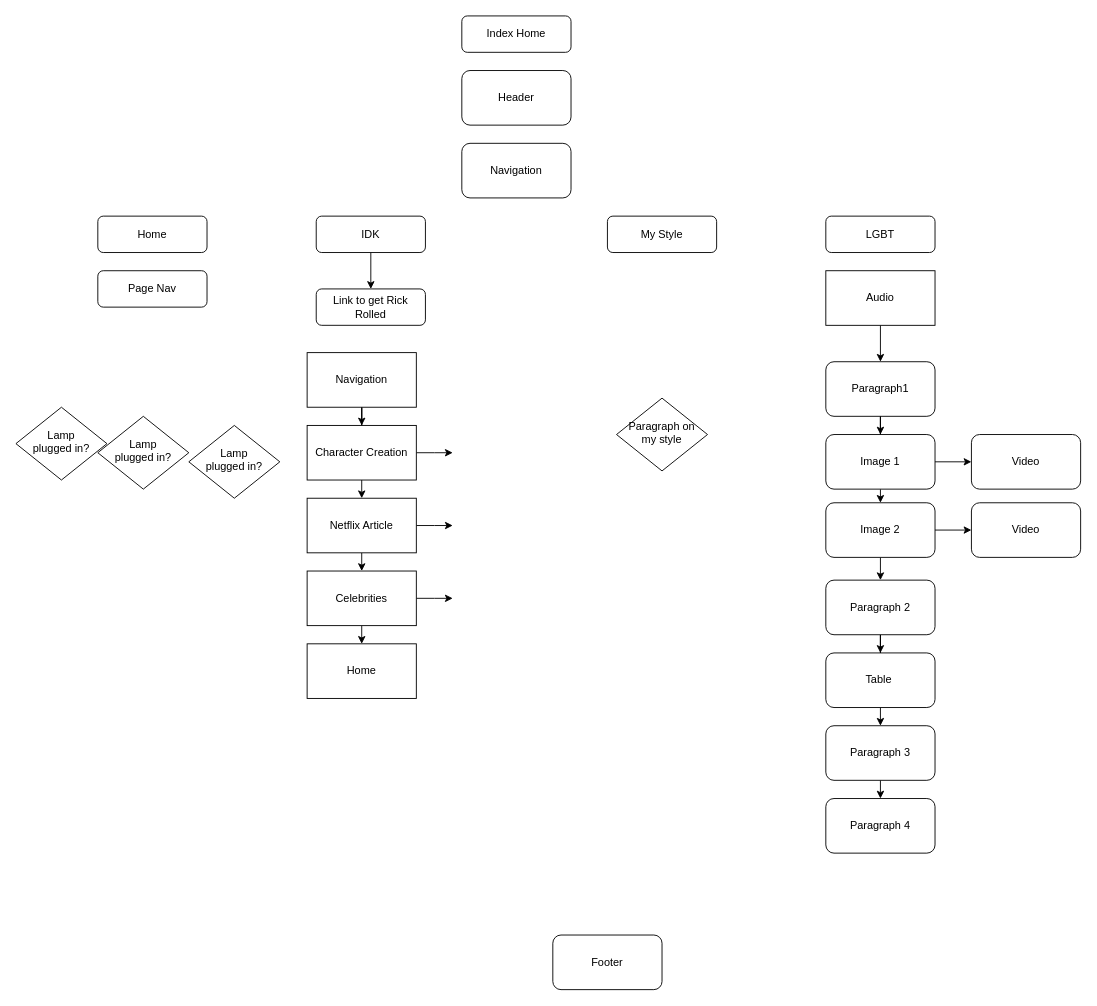
Earlier version of the draw.io diagram FinalDiagram.drawio (pilsburryDoughBoi/kobecattyty). Source tidied: cells renumbered, new cells numbered last; positions are measured from the earlier drawing's top-left corner, leaving out a move shared by most shapes. Both pictures are drawn from the tidied source at 91%, with x=0, y=0 at pixel (15, 15).
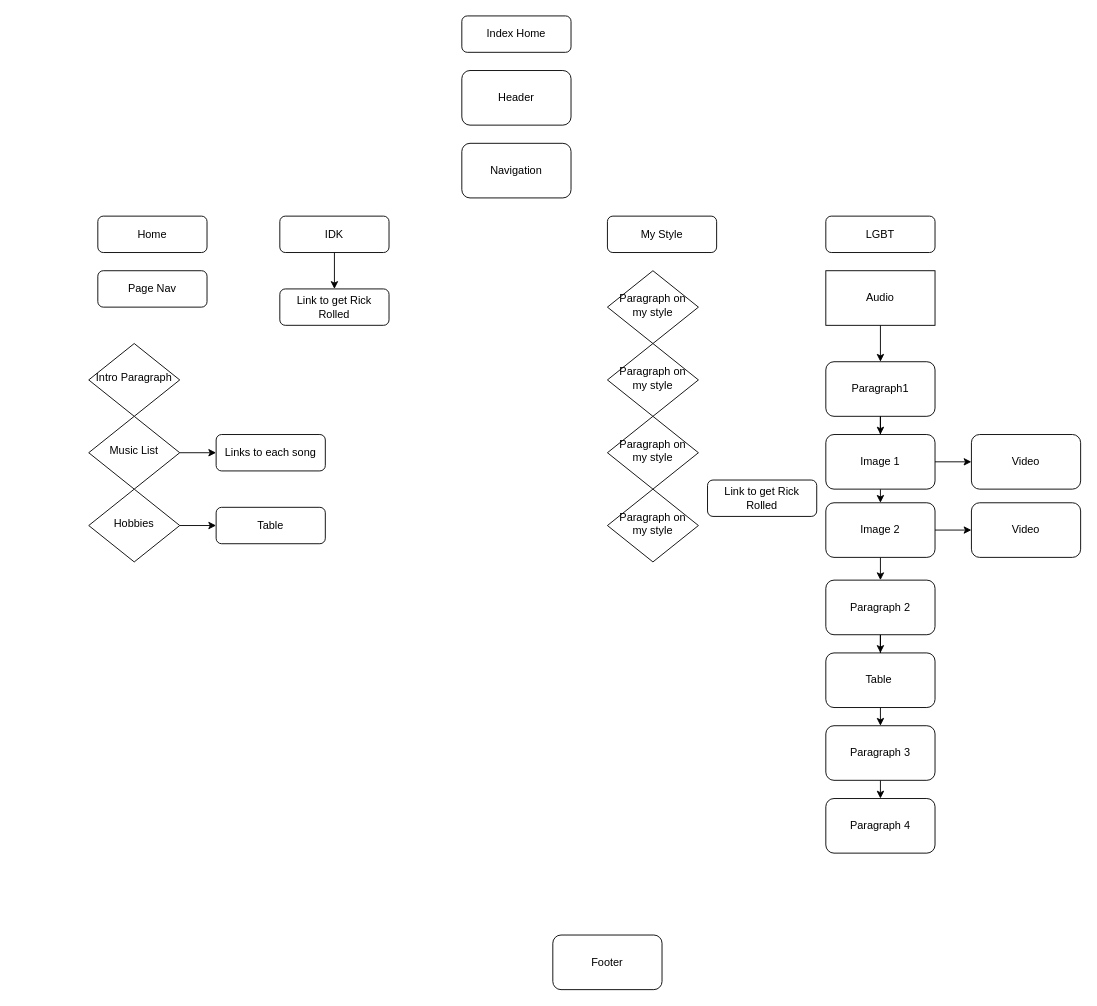
The same diagram, later.

Diff of the diagram source:
```diff
@@
-    <mxCell id="3" value="Lamp&lt;br&gt;plugged in?" style="rhombus;whiteSpace=wrap;html=1;shadow=0;fontFamily=Helvetica;fontSize=12;align=center;strokeWidth=1;spacing=6;spacingTop=-4;" parent="1" vertex="1">
-      <mxGeometry y="430" width="100" height="80" as="geometry" />
+    <mxCell id="3" value="Intro Paragraph" style="rhombus;whiteSpace=wrap;html=1;shadow=0;fontFamily=Helvetica;fontSize=12;align=center;strokeWidth=1;spacing=6;spacingTop=-4;" parent="1" vertex="1">
+      <mxGeometry x="80" y="360" width="100" height="80" as="geometry" />
     </mxCell>
@@
     <mxCell id="5" value="Paragraph on my style" style="rhombus;whiteSpace=wrap;html=1;shadow=0;fontFamily=Helvetica;fontSize=12;align=center;strokeWidth=1;spacing=6;spacingTop=-4;" parent="1" vertex="1">
-      <mxGeometry x="660" y="420" width="100" height="80" as="geometry" />
+      <mxGeometry x="650" y="280" width="100" height="80" as="geometry" />
     </mxCell>
@@
     <mxCell id="7" value="Link to get Rick Rolled" style="rounded=1;whiteSpace=wrap;html=1;fontSize=12;glass=0;strokeWidth=1;shadow=0;" parent="1" vertex="1">
-      <mxGeometry x="330" y="300" width="120" height="40" as="geometry" />
+      <mxGeometry x="290" y="300" width="120" height="40" as="geometry" />
     </mxCell>
@@
     <mxCell id="9" value="IDK" style="rounded=1;whiteSpace=wrap;html=1;fontSize=12;glass=0;strokeWidth=1;shadow=0;" parent="1" vertex="1">
-      <mxGeometry x="330" y="220" width="120" height="40" as="geometry" />
+      <mxGeometry x="290" y="220" width="120" height="40" as="geometry" />
     </mxCell>
@@
+    <mxCell id="48" style="edgeStyle=orthogonalEdgeStyle;rounded=0;jettySize=auto;html=1;" parent="1" edge="1" source="12" target="54">
+      <mxGeometry relative="1" as="geometry" />
+    </mxCell>
-    <mxCell id="12" value="Lamp&lt;br&gt;plugged in?" style="rhombus;whiteSpace=wrap;html=1;shadow=0;fontFamily=Helvetica;fontSize=12;align=center;strokeWidth=1;spacing=6;spacingTop=-4;" parent="1" vertex="1">
-      <mxGeometry x="90" y="440" width="100" height="80" as="geometry" />
+    <mxCell id="12" value="Music List" style="rhombus;whiteSpace=wrap;html=1;shadow=0;fontFamily=Helvetica;fontSize=12;align=center;strokeWidth=1;spacing=6;spacingTop=-4;" parent="1" vertex="1">
+      <mxGeometry x="80" y="440" width="100" height="80" as="geometry" />
     </mxCell>
+    <mxCell id="49" style="edgeStyle=orthogonalEdgeStyle;rounded=0;jettySize=auto;html=1;" parent="1" edge="1" source="13" target="55">
+      <mxGeometry relative="1" as="geometry" />
+    </mxCell>
-    <mxCell id="13" value="Lamp&lt;br&gt;plugged in?" style="rhombus;whiteSpace=wrap;html=1;shadow=0;fontFamily=Helvetica;fontSize=12;align=center;strokeWidth=1;spacing=6;spacingTop=-4;" parent="1" vertex="1">
-      <mxGeometry x="190" y="450" width="100" height="80" as="geometry" />
+    <mxCell id="13" value="Hobbies" style="rhombus;whiteSpace=wrap;html=1;shadow=0;fontFamily=Helvetica;fontSize=12;align=center;strokeWidth=1;spacing=6;spacingTop=-4;" parent="1" vertex="1">
+      <mxGeometry x="80" y="520" width="100" height="80" as="geometry" />
     </mxCell>
@@
-    <mxCell id="17" style="edgeStyle=orthogonalEdgeStyle;rounded=0;jettySize=auto;html=1;" parent="1" edge="1" source="18" target="24">
-      <mxGeometry relative="1" as="geometry" />
-    </mxCell>
-    <mxCell id="18" value="Navigation" style="rounded=0;whiteSpace=wrap;html=1;" parent="1" vertex="1">
-      <mxGeometry x="320" y="370" width="120" height="60" as="geometry" />
-    </mxCell>
@@
-    <mxCell id="22" style="edgeStyle=orthogonalEdgeStyle;rounded=0;jettySize=auto;html=1;exitX=1;exitY=0.5;exitDx=0;exitDy=0;" parent="1" edge="1" source="24">
-      <mxGeometry relative="1" as="geometry">
-        <mxPoint x="480" y="480" as="targetPoint" />
-      </mxGeometry>
-    </mxCell>
-    <mxCell id="23" style="edgeStyle=orthogonalEdgeStyle;rounded=0;jettySize=auto;html=1;exitX=0.5;exitY=1;exitDx=0;exitDy=0;entryX=0.5;entryY=0;entryDx=0;entryDy=0;" parent="1" edge="1" source="24" target="37">
-      <mxGeometry relative="1" as="geometry" />
-    </mxCell>
-    <mxCell id="24" value="Character Creation" style="whiteSpace=wrap;html=1;rounded=0;" parent="1" vertex="1">
-      <mxGeometry x="320" y="450" width="120" height="60" as="geometry" />
-    </mxCell>
@@
-    <mxCell id="35" style="edgeStyle=orthogonalEdgeStyle;rounded=0;jettySize=auto;html=1;exitX=1;exitY=0.5;exitDx=0;exitDy=0;" parent="1" edge="1" source="37">
-      <mxGeometry relative="1" as="geometry">
-        <mxPoint x="480" y="560" as="targetPoint" />
-      </mxGeometry>
-    </mxCell>
-    <mxCell id="36" style="edgeStyle=orthogonalEdgeStyle;rounded=0;jettySize=auto;html=1;exitX=0.5;exitY=1;exitDx=0;exitDy=0;entryX=0.5;entryY=0;entryDx=0;entryDy=0;" parent="1" edge="1" source="37" target="40">
-      <mxGeometry relative="1" as="geometry" />
-    </mxCell>
-    <mxCell id="37" value="Netflix Article" style="whiteSpace=wrap;html=1;rounded=0;" parent="1" vertex="1">
-      <mxGeometry x="320" y="530" width="120" height="60" as="geometry" />
-    </mxCell>
-    <mxCell id="38" style="edgeStyle=orthogonalEdgeStyle;rounded=0;jettySize=auto;html=1;exitX=1;exitY=0.5;exitDx=0;exitDy=0;" parent="1" edge="1" source="40">
-      <mxGeometry relative="1" as="geometry">
-        <mxPoint x="480" y="640" as="targetPoint" />
-      </mxGeometry>
-    </mxCell>
-    <mxCell id="39" style="edgeStyle=orthogonalEdgeStyle;rounded=0;jettySize=auto;html=1;exitX=0.5;exitY=1;exitDx=0;exitDy=0;entryX=0.5;entryY=0;entryDx=0;entryDy=0;" parent="1" edge="1" source="40" target="41">
-      <mxGeometry relative="1" as="geometry" />
-    </mxCell>
-    <mxCell id="40" value="Celebrities" style="whiteSpace=wrap;html=1;rounded=0;" parent="1" vertex="1">
-      <mxGeometry x="320" y="610" width="120" height="60" as="geometry" />
-    </mxCell>
-    <mxCell id="41" value="Home" style="whiteSpace=wrap;html=1;rounded=0;" parent="1" vertex="1">
-      <mxGeometry x="320" y="690" width="120" height="60" as="geometry" />
-    </mxCell>
@@
+    <mxCell id="50" value="Paragraph on my style" style="rhombus;whiteSpace=wrap;html=1;shadow=0;fontFamily=Helvetica;fontSize=12;align=center;strokeWidth=1;spacing=6;spacingTop=-4;" parent="1" vertex="1">
+      <mxGeometry x="650" y="360" width="100" height="80" as="geometry" />
+    </mxCell>
+    <mxCell id="51" value="Paragraph on my style" style="rhombus;whiteSpace=wrap;html=1;shadow=0;fontFamily=Helvetica;fontSize=12;align=center;strokeWidth=1;spacing=6;spacingTop=-4;" parent="1" vertex="1">
+      <mxGeometry x="650" y="440" width="100" height="80" as="geometry" />
+    </mxCell>
+    <mxCell id="52" value="Paragraph on my style" style="rhombus;whiteSpace=wrap;html=1;shadow=0;fontFamily=Helvetica;fontSize=12;align=center;strokeWidth=1;spacing=6;spacingTop=-4;" parent="1" vertex="1">
+      <mxGeometry x="650" y="520" width="100" height="80" as="geometry" />
+    </mxCell>
+    <mxCell id="53" value="Link to get Rick Rolled" style="rounded=1;whiteSpace=wrap;html=1;fontSize=12;glass=0;strokeWidth=1;shadow=0;" parent="1" vertex="1">
+      <mxGeometry x="760" y="510" width="120" height="40" as="geometry" />
+    </mxCell>
+    <mxCell id="54" value="Links to each song" style="rounded=1;whiteSpace=wrap;html=1;fontSize=12;glass=0;strokeWidth=1;shadow=0;" parent="1" vertex="1">
+      <mxGeometry x="220" y="460" width="120" height="40" as="geometry" />
+    </mxCell>
+    <mxCell id="55" value="Table" style="rounded=1;whiteSpace=wrap;html=1;fontSize=12;glass=0;strokeWidth=1;shadow=0;" parent="1" vertex="1">
+      <mxGeometry x="220" y="540" width="120" height="40" as="geometry" />
+    </mxCell>
```
